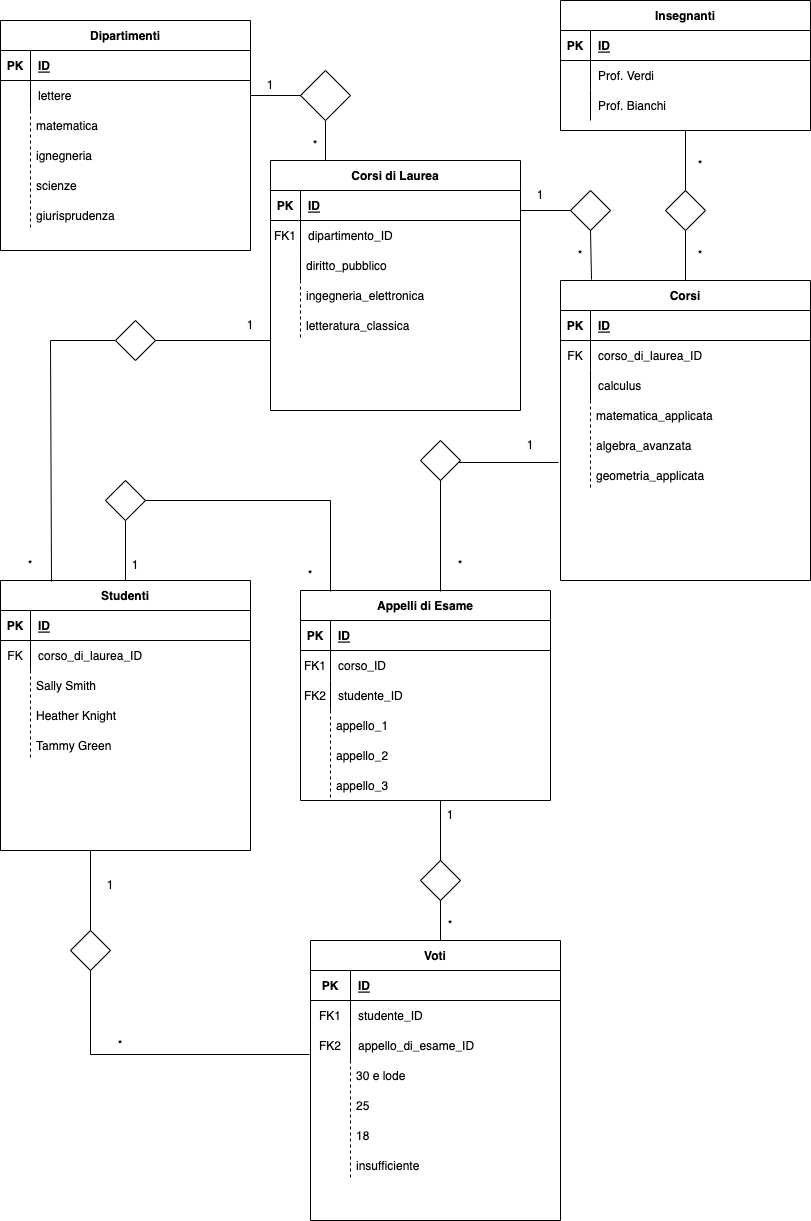
Above: primotentativo.png in katiemathis/db-university (draw.io), before the change. Source tidied: cells renumbered, new cells last; positions are measured from the earlier drawing's top-left corner, leaving out a move shared by most shapes.
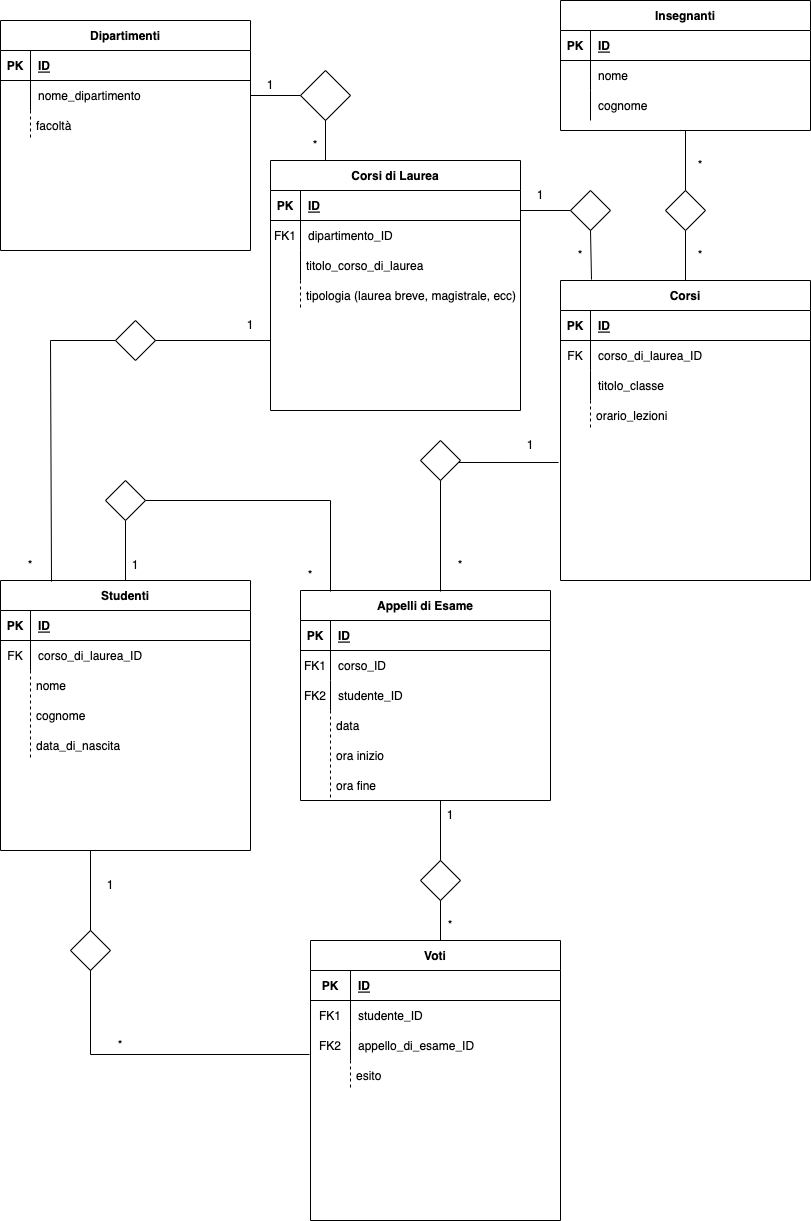
The same file after the commit.

Diff of the diagram source:
```diff
@@ -59,7 +59,7 @@
     <mxCell id="20" style="shape=partialRectangle;overflow=hidden;fillColor=none;top=0;left=0;bottom=0;right=0;" parent="19" vertex="1">
       <mxGeometry width="30" height="30" as="geometry" />
     </mxCell>
-    <mxCell id="21" value="calculus" style="shape=partialRectangle;overflow=hidden;fillColor=none;top=0;left=0;bottom=0;right=0;align=left;spacingLeft=6;" parent="19" vertex="1">
+    <mxCell id="21" value="titolo_classe" style="shape=partialRectangle;overflow=hidden;fillColor=none;top=0;left=0;bottom=0;right=0;align=left;spacingLeft=6;" parent="19" vertex="1">
       <mxGeometry x="30" width="220" height="30" as="geometry" />
     </mxCell>
     <mxCell id="22" value="Dipartimenti" style="shape=table;startSize=30;rowLines=0;fontStyle=1;align=center;" parent="1" vertex="1">
@@ -80,7 +80,7 @@
     <mxCell id="27" style="shape=partialRectangle;overflow=hidden;fillColor=none;top=0;left=0;bottom=0;right=0;" parent="26" vertex="1">
       <mxGeometry width="30" height="30" as="geometry" />
     </mxCell>
-    <mxCell id="28" value="lettere" style="shape=partialRectangle;overflow=hidden;fillColor=none;top=0;left=0;bottom=0;right=0;align=left;spacingLeft=6;" parent="26" vertex="1">
+    <mxCell id="28" value="nome_dipartimento" style="shape=partialRectangle;overflow=hidden;fillColor=none;top=0;left=0;bottom=0;right=0;align=left;spacingLeft=6;" parent="26" vertex="1">
       <mxGeometry x="30" width="220" height="30" as="geometry" />
     </mxCell>
     <mxCell id="29" value="Appelli di Esame" style="shape=table;startSize=30;rowLines=0;fontStyle=1;align=center;" parent="1" vertex="1">
@@ -131,7 +131,7 @@
     <mxCell id="44" style="shape=partialRectangle;overflow=hidden;fillColor=none;top=0;left=0;bottom=0;right=0;" parent="43" vertex="1">
       <mxGeometry width="30" height="30" as="geometry" />
     </mxCell>
-    <mxCell id="45" value="Prof. Verdi" style="shape=partialRectangle;overflow=hidden;fillColor=none;top=0;left=0;bottom=0;right=0;align=left;spacingLeft=6;" parent="43" vertex="1">
+    <mxCell id="45" value="nome" style="shape=partialRectangle;overflow=hidden;fillColor=none;top=0;left=0;bottom=0;right=0;align=left;spacingLeft=6;" parent="43" vertex="1">
       <mxGeometry x="30" width="220" height="30" as="geometry" />
     </mxCell>
     <mxCell id="46" style="shape=partialRectangle;fillColor=none;top=0;left=0;right=0;bottom=0;" parent="39" vertex="1">
@@ -140,7 +140,7 @@
     <mxCell id="47" style="shape=partialRectangle;overflow=hidden;fillColor=none;top=0;left=0;bottom=0;right=0;" parent="46" vertex="1">
       <mxGeometry width="30" height="30" as="geometry" />
     </mxCell>
-    <mxCell id="48" value="Prof. Bianchi" style="shape=partialRectangle;overflow=hidden;fillColor=none;top=0;left=0;bottom=0;right=0;align=left;spacingLeft=6;" parent="46" vertex="1">
+    <mxCell id="48" value="cognome" style="shape=partialRectangle;overflow=hidden;fillColor=none;top=0;left=0;bottom=0;right=0;align=left;spacingLeft=6;" parent="46" vertex="1">
       <mxGeometry x="30" width="220" height="30" as="geometry" />
     </mxCell>
     <mxCell id="49" value="Voti" style="shape=table;startSize=30;rowLines=0;fontStyle=1;align=center;" parent="1" vertex="1">
@@ -194,66 +194,30 @@
     <mxCell id="65" value="corso_di_laurea_ID" style="shape=partialRectangle;overflow=hidden;fillColor=none;top=0;left=0;bottom=0;right=0;align=left;spacingLeft=6;" parent="63" vertex="1">
       <mxGeometry x="30" width="220" height="30" as="geometry" />
     </mxCell>
-    <mxCell id="66" value="matematica" style="shape=partialRectangle;fillColor=none;align=left;verticalAlign=middle;strokeColor=none;spacingLeft=34;" parent="1" vertex="1">
+    <mxCell id="66" value="facoltà" style="shape=partialRectangle;fillColor=none;align=left;verticalAlign=middle;strokeColor=none;spacingLeft=34;" parent="1" vertex="1">
       <mxGeometry y="110" width="90" height="30" as="geometry" />
     </mxCell>
     <mxCell id="67" style="shape=partialRectangle;top=0;left=0;bottom=0;fillColor=none;stokeWidth=1;dashed=1;align=left;verticalAlign=middle;spacingLeft=4;spacingRight=4;overflow=hidden;" parent="66" vertex="1">
       <mxGeometry width="30" height="30" as="geometry" />
     </mxCell>
-    <mxCell id="68" value="ignegneria" style="shape=partialRectangle;fillColor=none;align=left;verticalAlign=middle;strokeColor=none;spacingLeft=34;" parent="1" vertex="1">
-      <mxGeometry y="140" width="90" height="30" as="geometry" />
-    </mxCell>
-    <mxCell id="69" style="shape=partialRectangle;top=0;left=0;bottom=0;fillColor=none;stokeWidth=1;dashed=1;align=left;verticalAlign=middle;spacingLeft=4;spacingRight=4;overflow=hidden;" parent="68" vertex="1">
-      <mxGeometry width="30" height="30" as="geometry" />
-    </mxCell>
-    <mxCell id="70" value="letteratura_classica" style="shape=partialRectangle;fillColor=none;align=left;verticalAlign=middle;strokeColor=none;spacingLeft=34;" parent="1" vertex="1">
-      <mxGeometry x="270" y="310" width="90" height="30" as="geometry" />
+    <mxCell id="70" value="tipologia (laurea breve, magistrale, ecc)" style="shape=partialRectangle;fillColor=none;align=left;verticalAlign=middle;strokeColor=none;spacingLeft=34;" parent="1" vertex="1">
+      <mxGeometry x="270" y="280" width="90" height="30" as="geometry" />
     </mxCell>
     <mxCell id="71" style="shape=partialRectangle;top=0;left=0;bottom=0;fillColor=none;stokeWidth=1;dashed=1;align=left;verticalAlign=middle;spacingLeft=4;spacingRight=4;overflow=hidden;" parent="70" vertex="1">
       <mxGeometry width="30" height="30" as="geometry" />
     </mxCell>
-    <mxCell id="72" value="ingegneria_elettronica" style="shape=partialRectangle;fillColor=none;align=left;verticalAlign=middle;strokeColor=none;spacingLeft=34;" parent="1" vertex="1">
-      <mxGeometry x="270" y="280" width="90" height="30" as="geometry" />
+    <mxCell id="72" value="titolo_corso_di_laurea" style="shape=partialRectangle;fillColor=none;align=left;verticalAlign=middle;strokeColor=none;spacingLeft=34;" parent="1" vertex="1">
+      <mxGeometry x="270" y="250" width="90" height="30" as="geometry" />
     </mxCell>
     <mxCell id="73" style="shape=partialRectangle;top=0;left=0;bottom=0;fillColor=none;stokeWidth=1;dashed=1;align=left;verticalAlign=middle;spacingLeft=4;spacingRight=4;overflow=hidden;" parent="72" vertex="1">
       <mxGeometry width="30" height="30" as="geometry" />
     </mxCell>
-    <mxCell id="74" value="appello_2" style="shape=partialRectangle;fillColor=none;align=left;verticalAlign=middle;strokeColor=none;spacingLeft=34;" parent="1" vertex="1">
+    <mxCell id="74" value="ora inizio" style="shape=partialRectangle;fillColor=none;align=left;verticalAlign=middle;strokeColor=none;spacingLeft=34;" parent="1" vertex="1">
       <mxGeometry x="300" y="740" width="90" height="30" as="geometry" />
     </mxCell>
     <mxCell id="75" style="shape=partialRectangle;top=0;left=0;bottom=0;fillColor=none;stokeWidth=1;dashed=1;align=left;verticalAlign=middle;spacingLeft=4;spacingRight=4;overflow=hidden;" parent="74" vertex="1">
       <mxGeometry width="30" height="30" as="geometry" />
     </mxCell>
-    <mxCell id="76" value="appello_3" style="shape=partialRectangle;fillColor=none;align=left;verticalAlign=middle;strokeColor=none;spacingLeft=34;" parent="1" vertex="1">
-      <mxGeometry x="300" y="770" width="90" height="30" as="geometry" />
-    </mxCell>
-    <mxCell id="77" style="shape=partialRectangle;top=0;left=0;bottom=0;fillColor=none;stokeWidth=1;dashed=1;align=left;verticalAlign=middle;spacingLeft=4;spacingRight=4;overflow=hidden;" parent="76" vertex="1">
-      <mxGeometry width="30" height="30" as="geometry" />
-    </mxCell>
-    <mxCell id="78" value="scienze" style="shape=partialRectangle;fillColor=none;align=left;verticalAlign=middle;strokeColor=none;spacingLeft=34;" parent="1" vertex="1">
-      <mxGeometry y="170" width="90" height="30" as="geometry" />
-    </mxCell>
-    <mxCell id="79" style="shape=partialRectangle;top=0;left=0;bottom=0;fillColor=none;stokeWidth=1;dashed=1;align=left;verticalAlign=middle;spacingLeft=4;spacingRight=4;overflow=hidden;" parent="78" vertex="1">
-      <mxGeometry width="30" height="30" as="geometry" />
-    </mxCell>
-    <mxCell id="80" value="giurisprudenza" style="shape=partialRectangle;fillColor=none;align=left;verticalAlign=middle;strokeColor=none;spacingLeft=34;" parent="1" vertex="1">
-      <mxGeometry y="200" width="90" height="30" as="geometry" />
-    </mxCell>
-    <mxCell id="81" style="shape=partialRectangle;top=0;left=0;bottom=0;fillColor=none;stokeWidth=1;dashed=1;align=left;verticalAlign=middle;spacingLeft=4;spacingRight=4;overflow=hidden;" parent="80" vertex="1">
-      <mxGeometry width="30" height="30" as="geometry" />
-    </mxCell>
-    <mxCell id="82" value="diritto_pubblico" style="shape=partialRectangle;fillColor=none;align=left;verticalAlign=middle;strokeColor=none;spacingLeft=34;" parent="1" vertex="1">
-      <mxGeometry x="270" y="250" width="90" height="30" as="geometry" />
-    </mxCell>
-    <mxCell id="83" style="shape=partialRectangle;top=0;left=0;bottom=0;fillColor=none;stokeWidth=1;dashed=1;align=left;verticalAlign=middle;spacingLeft=4;spacingRight=4;overflow=hidden;" parent="82" vertex="1">
-      <mxGeometry width="30" height="30" as="geometry" />
-    </mxCell>
-    <mxCell id="84" value="algebra_avanzata" style="shape=partialRectangle;fillColor=none;align=left;verticalAlign=middle;strokeColor=none;spacingLeft=34;points=[[0,0.5],[1,0.5]];portConstraint=eastwest;" parent="1" vertex="1">
-      <mxGeometry x="560" y="430" width="90" height="30" as="geometry" />
-    </mxCell>
-    <mxCell id="85" style="shape=partialRectangle;top=0;left=0;bottom=0;fillColor=none;stokeWidth=1;dashed=1;align=left;verticalAlign=middle;spacingLeft=4;spacingRight=4;overflow=hidden;" parent="84" vertex="1">
-      <mxGeometry width="30" height="30" as="geometry" />
-    </mxCell>
     <mxCell id="86" style="endArrow=none;html=1;rounded=0;entryX=1;entryY=0.5;entryDx=0;entryDy=0;" parent="1" edge="1" target="26">
       <mxGeometry relative="1" as="geometry">
         <mxPoint x="310" y="95" as="sourcePoint" />
@@ -293,7 +257,7 @@
     <mxCell id="96" value="*" style="text;html=1;strokeColor=none;fillColor=none;align=center;verticalAlign=middle;whiteSpace=wrap;rounded=0;" parent="1" vertex="1">
       <mxGeometry x="550" y="240" width="60" height="30" as="geometry" />
     </mxCell>
-    <mxCell id="97" value="matematica_applicata" style="shape=partialRectangle;fillColor=none;align=left;verticalAlign=middle;strokeColor=none;spacingLeft=34;" parent="1" vertex="1">
+    <mxCell id="97" value="orario_lezioni" style="shape=partialRectangle;fillColor=none;align=left;verticalAlign=middle;strokeColor=none;spacingLeft=34;" parent="1" vertex="1">
       <mxGeometry x="560" y="400" width="90" height="30" as="geometry" />
     </mxCell>
     <mxCell id="98" style="shape=partialRectangle;top=0;left=0;bottom=0;fillColor=none;stokeWidth=1;dashed=1;align=left;verticalAlign=middle;spacingLeft=4;spacingRight=4;overflow=hidden;" parent="97" vertex="1">
@@ -313,9 +277,10 @@
     <mxCell id="102" value="*" style="text;html=1;strokeColor=none;fillColor=none;align=center;verticalAlign=middle;whiteSpace=wrap;rounded=0;" parent="1" vertex="1">
       <mxGeometry x="670" y="240" width="60" height="30" as="geometry" />
     </mxCell>
-    <mxCell id="103" style="endArrow=none;html=1;rounded=0;entryX=-0.022;entryY=1.067;entryDx=0;entryDy=0;entryPerimeter=0;" parent="1" edge="1" target="84">
+    <mxCell id="103" style="endArrow=none;html=1;rounded=0;entryX=-0.022;entryY=1.067;entryDx=0;entryDy=0;entryPerimeter=0;" parent="1" edge="1">
       <mxGeometry relative="1" as="geometry">
         <mxPoint x="450" y="462" as="sourcePoint" />
+        <mxPoint x="558" y="462" as="targetPoint" />
       </mxGeometry>
     </mxCell>
     <mxCell id="104" style="rhombus;whiteSpace=wrap;html=1;" parent="1" vertex="1">
@@ -353,25 +318,25 @@
     <mxCell id="112" value="1" style="text;html=1;strokeColor=none;fillColor=none;align=center;verticalAlign=middle;whiteSpace=wrap;rounded=0;" parent="1" vertex="1">
       <mxGeometry x="105" y="550" width="60" height="30" as="geometry" />
     </mxCell>
-    <mxCell id="113" value="appello_1" style="shape=partialRectangle;fillColor=none;align=left;verticalAlign=middle;strokeColor=none;spacingLeft=34;" parent="1" vertex="1">
+    <mxCell id="113" value="data" style="shape=partialRectangle;fillColor=none;align=left;verticalAlign=middle;strokeColor=none;spacingLeft=34;" parent="1" vertex="1">
       <mxGeometry x="300" y="710" width="90" height="30" as="geometry" />
     </mxCell>
     <mxCell id="114" style="shape=partialRectangle;top=0;left=0;bottom=0;fillColor=none;stokeWidth=1;dashed=1;align=left;verticalAlign=middle;spacingLeft=4;spacingRight=4;overflow=hidden;" parent="113" vertex="1">
       <mxGeometry width="30" height="30" as="geometry" />
     </mxCell>
-    <mxCell id="115" value="Sally Smith" style="shape=partialRectangle;fillColor=none;align=left;verticalAlign=middle;strokeColor=none;spacingLeft=34;" parent="1" vertex="1">
+    <mxCell id="115" value="nome" style="shape=partialRectangle;fillColor=none;align=left;verticalAlign=middle;strokeColor=none;spacingLeft=34;" parent="1" vertex="1">
       <mxGeometry y="670" width="90" height="30" as="geometry" />
     </mxCell>
     <mxCell id="116" style="shape=partialRectangle;top=0;left=0;bottom=0;fillColor=none;stokeWidth=1;dashed=1;align=left;verticalAlign=middle;spacingLeft=4;spacingRight=4;overflow=hidden;" parent="115" vertex="1">
       <mxGeometry width="30" height="30" as="geometry" />
     </mxCell>
-    <mxCell id="117" value="Heather Knight" style="shape=partialRectangle;fillColor=none;align=left;verticalAlign=middle;strokeColor=none;spacingLeft=34;" parent="1" vertex="1">
+    <mxCell id="117" value="cognome" style="shape=partialRectangle;fillColor=none;align=left;verticalAlign=middle;strokeColor=none;spacingLeft=34;" parent="1" vertex="1">
       <mxGeometry y="700" width="90" height="30" as="geometry" />
     </mxCell>
     <mxCell id="118" style="shape=partialRectangle;top=0;left=0;bottom=0;fillColor=none;stokeWidth=1;dashed=1;align=left;verticalAlign=middle;spacingLeft=4;spacingRight=4;overflow=hidden;" parent="117" vertex="1">
       <mxGeometry width="30" height="30" as="geometry" />
     </mxCell>
-    <mxCell id="119" value="Tammy Green" style="shape=partialRectangle;fillColor=none;align=left;verticalAlign=middle;strokeColor=none;spacingLeft=34;" parent="1" vertex="1">
+    <mxCell id="119" value="data_di_nascita" style="shape=partialRectangle;fillColor=none;align=left;verticalAlign=middle;strokeColor=none;spacingLeft=34;" parent="1" vertex="1">
       <mxGeometry y="730" width="90" height="30" as="geometry" />
     </mxCell>
     <mxCell id="120" style="shape=partialRectangle;top=0;left=0;bottom=0;fillColor=none;stokeWidth=1;dashed=1;align=left;verticalAlign=middle;spacingLeft=4;spacingRight=4;overflow=hidden;" parent="119" vertex="1">
@@ -443,35 +408,17 @@
     <mxCell id="136" value="1" style="text;html=1;strokeColor=none;fillColor=none;align=center;verticalAlign=middle;whiteSpace=wrap;rounded=0;" parent="1" vertex="1">
       <mxGeometry x="220" y="310" width="60" height="30" as="geometry" />
     </mxCell>
-    <mxCell id="137" value="30 e lode" style="shape=partialRectangle;fillColor=none;align=left;verticalAlign=middle;strokeColor=none;spacingLeft=34;" parent="1" vertex="1">
-      <mxGeometry x="320" y="1060" width="90" height="30" as="geometry" />
-    </mxCell>
-    <mxCell id="138" style="shape=partialRectangle;top=0;left=0;bottom=0;fillColor=none;stokeWidth=1;dashed=1;align=left;verticalAlign=middle;spacingLeft=4;spacingRight=4;overflow=hidden;" parent="137" vertex="1">
-      <mxGeometry width="30" height="30" as="geometry" />
-    </mxCell>
-    <mxCell id="139" value="25" style="shape=partialRectangle;fillColor=none;align=left;verticalAlign=middle;strokeColor=none;spacingLeft=34;" parent="1" vertex="1">
-      <mxGeometry x="320" y="1090" width="90" height="30" as="geometry" />
-    </mxCell>
-    <mxCell id="140" style="shape=partialRectangle;top=0;left=0;bottom=0;fillColor=none;stokeWidth=1;dashed=1;align=left;verticalAlign=middle;spacingLeft=4;spacingRight=4;overflow=hidden;" parent="139" vertex="1">
-      <mxGeometry width="30" height="30" as="geometry" />
-    </mxCell>
-    <mxCell id="141" value="18" style="shape=partialRectangle;fillColor=none;align=left;verticalAlign=middle;strokeColor=none;spacingLeft=34;" parent="1" vertex="1">
-      <mxGeometry x="320" y="1120" width="90" height="30" as="geometry" />
-    </mxCell>
-    <mxCell id="142" style="shape=partialRectangle;top=0;left=0;bottom=0;fillColor=none;stokeWidth=1;dashed=1;align=left;verticalAlign=middle;spacingLeft=4;spacingRight=4;overflow=hidden;" parent="141" vertex="1">
-      <mxGeometry width="30" height="30" as="geometry" />
-    </mxCell>
-    <mxCell id="143" value="insufficiente" style="shape=partialRectangle;fillColor=none;align=left;verticalAlign=middle;strokeColor=none;spacingLeft=34;" parent="1" vertex="1">
-      <mxGeometry x="320" y="1150" width="90" height="30" as="geometry" />
-    </mxCell>
-    <mxCell id="144" style="shape=partialRectangle;top=0;left=0;bottom=0;fillColor=none;stokeWidth=1;dashed=1;align=left;verticalAlign=middle;spacingLeft=4;spacingRight=4;overflow=hidden;" parent="143" vertex="1">
-      <mxGeometry width="30" height="30" as="geometry" />
-    </mxCell>
-    <mxCell id="145" value="geometria_applicata" style="shape=partialRectangle;fillColor=none;align=left;verticalAlign=middle;strokeColor=none;spacingLeft=34;" parent="1" vertex="1">
-      <mxGeometry x="560" y="460" width="90" height="30" as="geometry" />
-    </mxCell>
-    <mxCell id="146" style="shape=partialRectangle;top=0;left=0;bottom=0;fillColor=none;stokeWidth=1;dashed=1;align=left;verticalAlign=middle;spacingLeft=4;spacingRight=4;overflow=hidden;" parent="145" vertex="1">
-      <mxGeometry width="30" height="30" as="geometry" />
-    </mxCell>
+    <mxCell id="147" value="ora fine" style="shape=partialRectangle;fillColor=none;align=left;verticalAlign=middle;strokeColor=none;spacingLeft=34;" parent="1" vertex="1">
+      <mxGeometry x="300" y="770" width="90" height="30" as="geometry" />
+    </mxCell>
+    <mxCell id="148" style="shape=partialRectangle;top=0;left=0;bottom=0;fillColor=none;stokeWidth=1;dashed=1;align=left;verticalAlign=middle;spacingLeft=4;spacingRight=4;overflow=hidden;" parent="147" vertex="1">
+      <mxGeometry width="30" height="30" as="geometry" />
+    </mxCell>
+    <mxCell id="149" value="esito" style="shape=partialRectangle;fillColor=none;align=left;verticalAlign=middle;strokeColor=none;spacingLeft=34;" parent="1" vertex="1">
+      <mxGeometry x="320" y="1060" width="90" height="30" as="geometry" />
+    </mxCell>
+    <mxCell id="150" style="shape=partialRectangle;top=0;left=0;bottom=0;fillColor=none;stokeWidth=1;dashed=1;align=left;verticalAlign=middle;spacingLeft=4;spacingRight=4;overflow=hidden;" parent="149" vertex="1">
+      <mxGeometry width="30" height="30" as="geometry" />
+    </mxCell>
   </root>
 </mxGraphModel>
```
